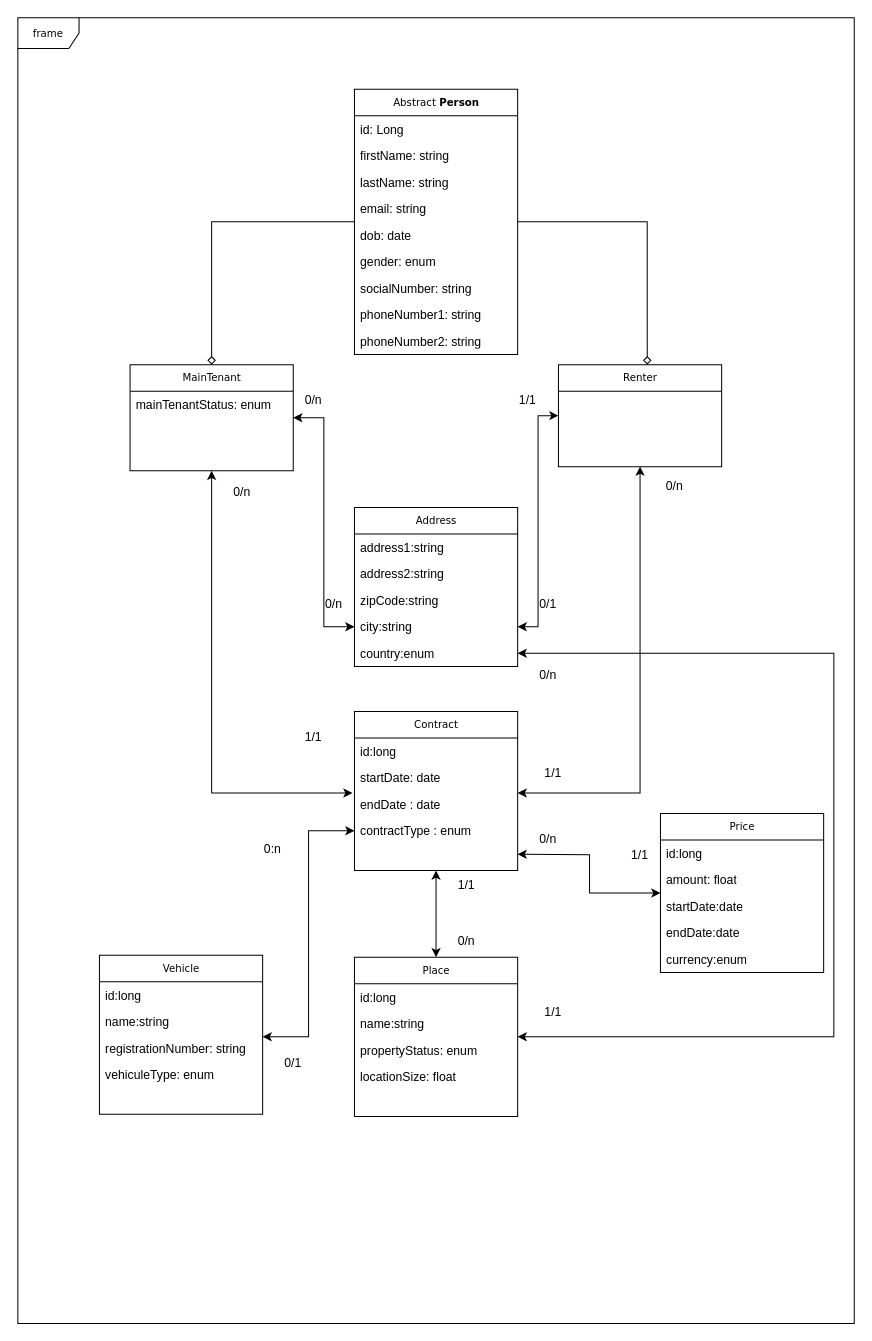
Above: conception/class diagram(3).drawio in chrystlll/rentalProject_back (draw.io), before the change. Source tidied: cells renumbered, new cells numbered last; positions are measured from the earlier drawing's top-left corner, leaving out a move shared by most shapes. Both pictures are drawn from the tidied source at 102%, with x=0, y=0 at pixel (17, 17).
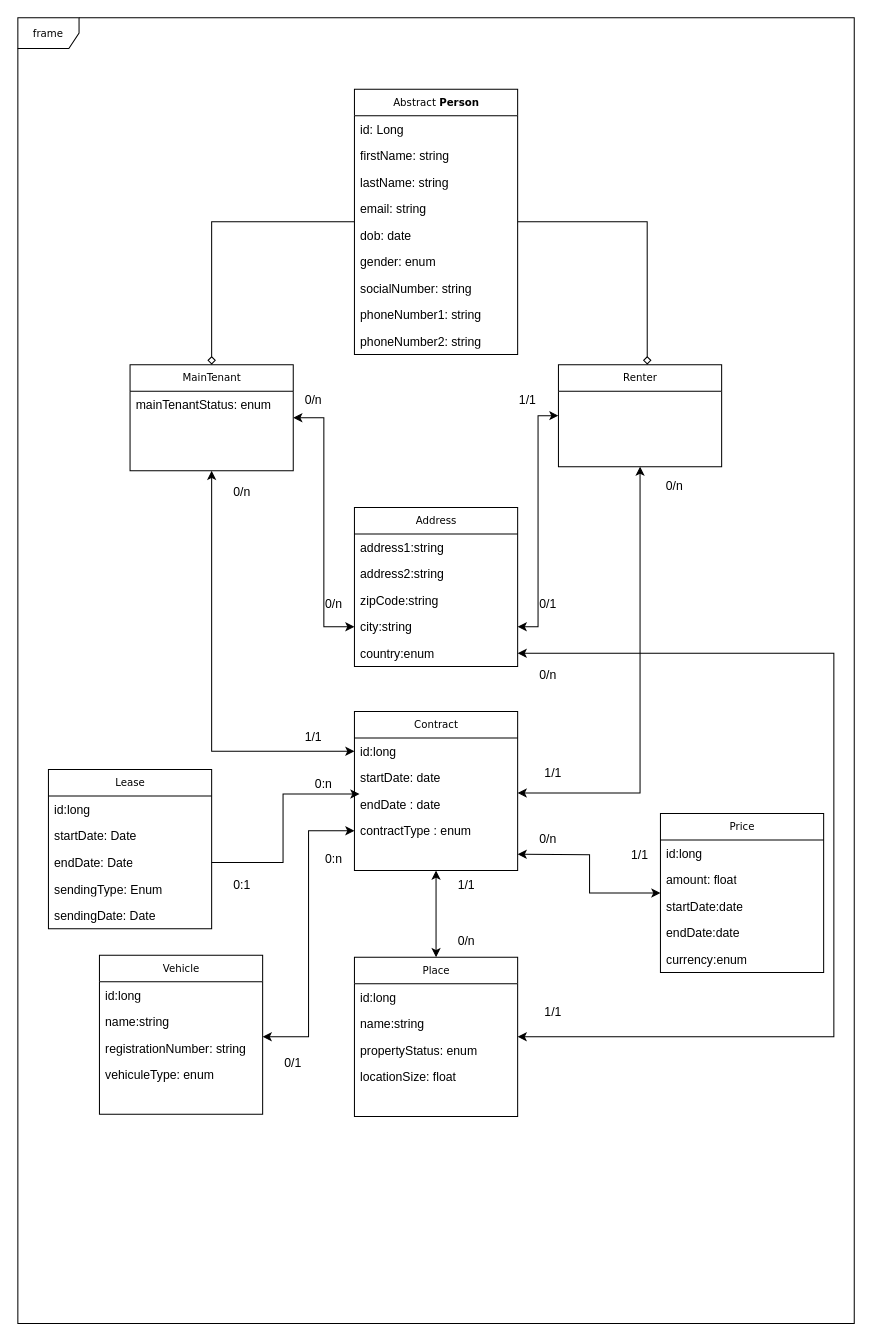
Above is the later version.

Unchanged cells that the change refers to:
```xml
<mxCell id="8" value="MainTenant" style="swimlane;html=1;fontStyle=0;horizontal=1;startSize=26;fillColor=none;swimlaneFillColor=#ffffff;rounded=0;shadow=0;comic=0;labelBackgroundColor=none;strokeWidth=1;fontFamily=Verdana;fontSize=10;align=center;" parent="1" vertex="1">
  <mxGeometry x="110" y="340" width="160" height="104" as="geometry" />
</mxCell>
<mxCell id="34" value="id:long" style="text;html=1;strokeColor=none;fillColor=none;align=left;verticalAlign=top;spacingLeft=4;spacingRight=4;whiteSpace=wrap;overflow=hidden;points=[[0,0.5],[1,0.5]];portConstraint=eastwest;" parent="33" vertex="1">
  <mxGeometry y="26" width="160" height="26" as="geometry" />
</mxCell>
<mxCell id="36" value="endDate : date" style="text;html=1;strokeColor=none;fillColor=none;align=left;verticalAlign=top;spacingLeft=4;spacingRight=4;whiteSpace=wrap;overflow=hidden;points=[[0,0.5],[1,0.5]];portConstraint=eastwest;" parent="33" vertex="1">
  <mxGeometry y="78" width="160" height="26" as="geometry" />
</mxCell>
```

What changed in the source:
```diff
@@
-    <mxCell id="7" style="edgeStyle=orthogonalEdgeStyle;rounded=0;jettySize=auto;html=1;entryX=-0.012;entryY=0.077;entryDx=0;entryDy=0;entryPerimeter=0;startArrow=classic;startFill=1;endArrow=classic;endFill=1;" parent="1" edge="1" source="8" target="36">
+    <mxCell id="7" style="edgeStyle=orthogonalEdgeStyle;rounded=0;jettySize=auto;html=1;entryX=0;entryY=0.5;entryDx=0;entryDy=0;startArrow=classic;startFill=1;endArrow=classic;endFill=1;" parent="1" edge="1" source="8" target="34">
       <mxGeometry relative="1" as="geometry" />
     </mxCell>
@@
     <mxCell id="67" value="0:n" style="text;html=1;strokeColor=none;fillColor=none;align=center;verticalAlign=middle;whiteSpace=wrap;rounded=0;" parent="1" vertex="1">
-      <mxGeometry x="220" y="800" width="60" height="30" as="geometry" />
+      <mxGeometry x="270" y="737" width="60" height="30" as="geometry" />
     </mxCell>
@@
+    <mxCell id="69" value="Lease" style="swimlane;html=1;fontStyle=0;horizontal=1;startSize=26;fillColor=none;swimlaneFillColor=#ffffff;rounded=0;shadow=0;comic=0;labelBackgroundColor=none;strokeWidth=1;fontFamily=Verdana;fontSize=10;align=center;" parent="1" vertex="1">
+      <mxGeometry x="30" y="737" width="160" height="156" as="geometry" />
+    </mxCell>
+    <mxCell id="70" value="id:long" style="text;html=1;strokeColor=none;fillColor=none;align=left;verticalAlign=top;spacingLeft=4;spacingRight=4;whiteSpace=wrap;overflow=hidden;" parent="69" vertex="1">
+      <mxGeometry y="26" width="160" height="26" as="geometry" />
+    </mxCell>
+    <mxCell id="71" value="startDate: Date" style="text;html=1;strokeColor=none;fillColor=none;align=left;verticalAlign=top;spacingLeft=4;spacingRight=4;whiteSpace=wrap;overflow=hidden;" parent="69" vertex="1">
+      <mxGeometry y="52" width="160" height="26" as="geometry" />
+    </mxCell>
+    <mxCell id="72" value="endDate: Date" style="text;html=1;strokeColor=none;fillColor=none;align=left;verticalAlign=top;spacingLeft=4;spacingRight=4;whiteSpace=wrap;overflow=hidden;points=[[0,0.5],[1,0.5]];portConstraint=eastwest;" parent="69" vertex="1">
+      <mxGeometry y="78" width="160" height="26" as="geometry" />
+    </mxCell>
+    <mxCell id="73" value="sendingType: Enum" style="text;html=1;strokeColor=none;fillColor=none;align=left;verticalAlign=top;spacingLeft=4;spacingRight=4;whiteSpace=wrap;overflow=hidden;" parent="69" vertex="1">
+      <mxGeometry y="104" width="160" height="26" as="geometry" />
+    </mxCell>
+    <mxCell id="74" value="sendingDate: Date" style="text;html=1;strokeColor=none;fillColor=none;align=left;verticalAlign=top;spacingLeft=4;spacingRight=4;whiteSpace=wrap;overflow=hidden;" parent="69" vertex="1">
+      <mxGeometry y="130" width="160" height="26" as="geometry" />
+    </mxCell>
+    <mxCell id="75" style="edgeStyle=orthogonalEdgeStyle;rounded=0;jettySize=auto;html=1;entryX=0.031;entryY=0.115;entryDx=0;entryDy=0;entryPerimeter=0;" parent="1" edge="1" source="72" target="36">
+      <mxGeometry relative="1" as="geometry" />
+    </mxCell>
+    <mxCell id="76" value="0:n" style="text;html=1;strokeColor=none;fillColor=none;align=center;verticalAlign=middle;whiteSpace=wrap;rounded=0;" parent="1" vertex="1">
+      <mxGeometry x="280" y="810" width="60" height="30" as="geometry" />
+    </mxCell>
+    <mxCell id="77" value="0:1" style="text;html=1;strokeColor=none;fillColor=none;align=center;verticalAlign=middle;whiteSpace=wrap;rounded=0;" parent="1" vertex="1">
+      <mxGeometry x="190" y="836" width="60" height="30" as="geometry" />
+    </mxCell>
```
